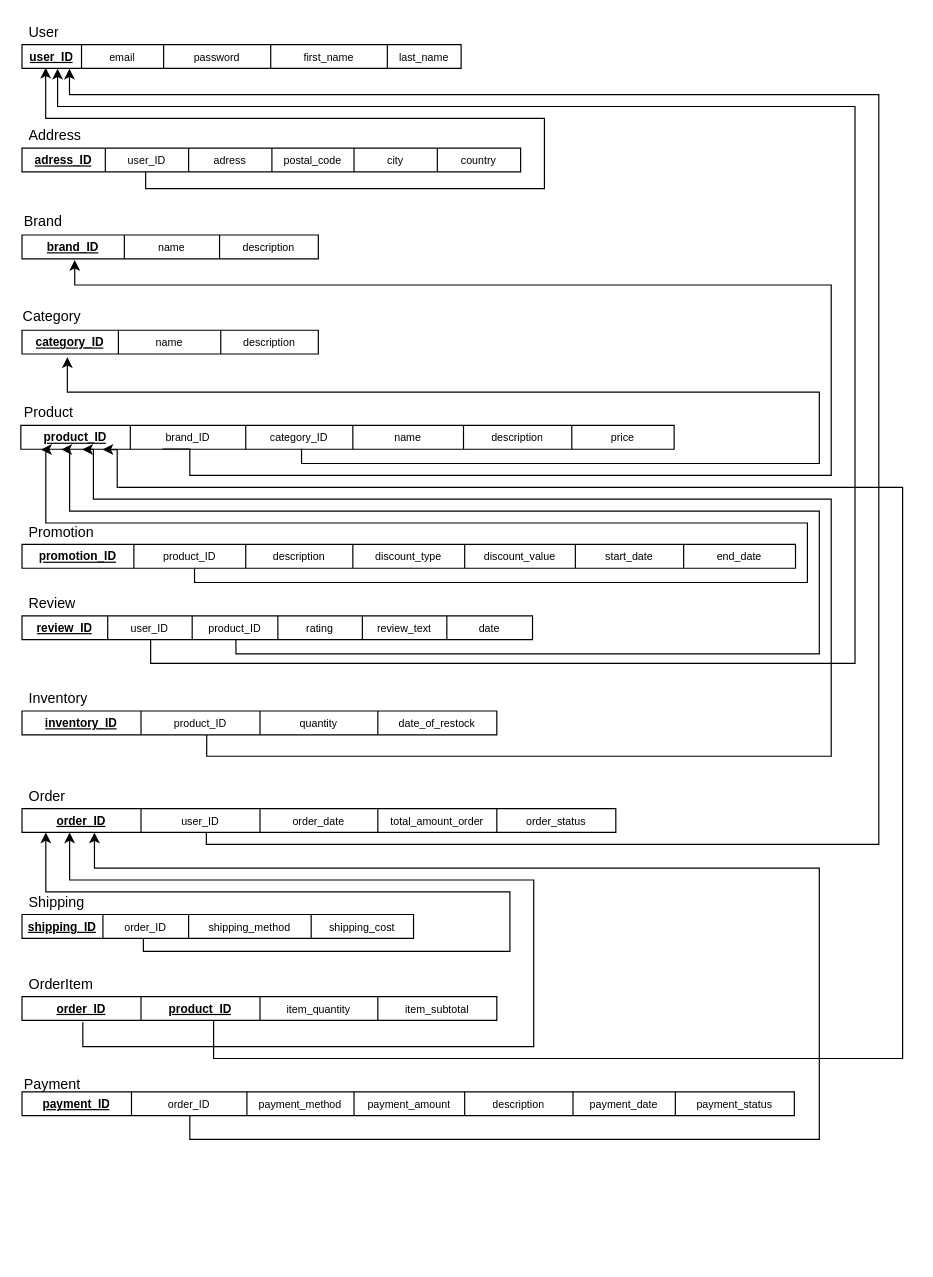
emilkle/electromart-ecom-website keeps this draw.io diagram as page "Relational schema" (6 of 8) of database-models/ER_models_final.drawio. Above is the earlier version. Source tidied: cells renumbered, new cells numbered last; positions are measured from the earlier drawing's top-left corner, leaving out a move shared by most shapes. Both pictures are drawn from the tidied source at 119%, with x=0, y=0 at pixel (20, 20).
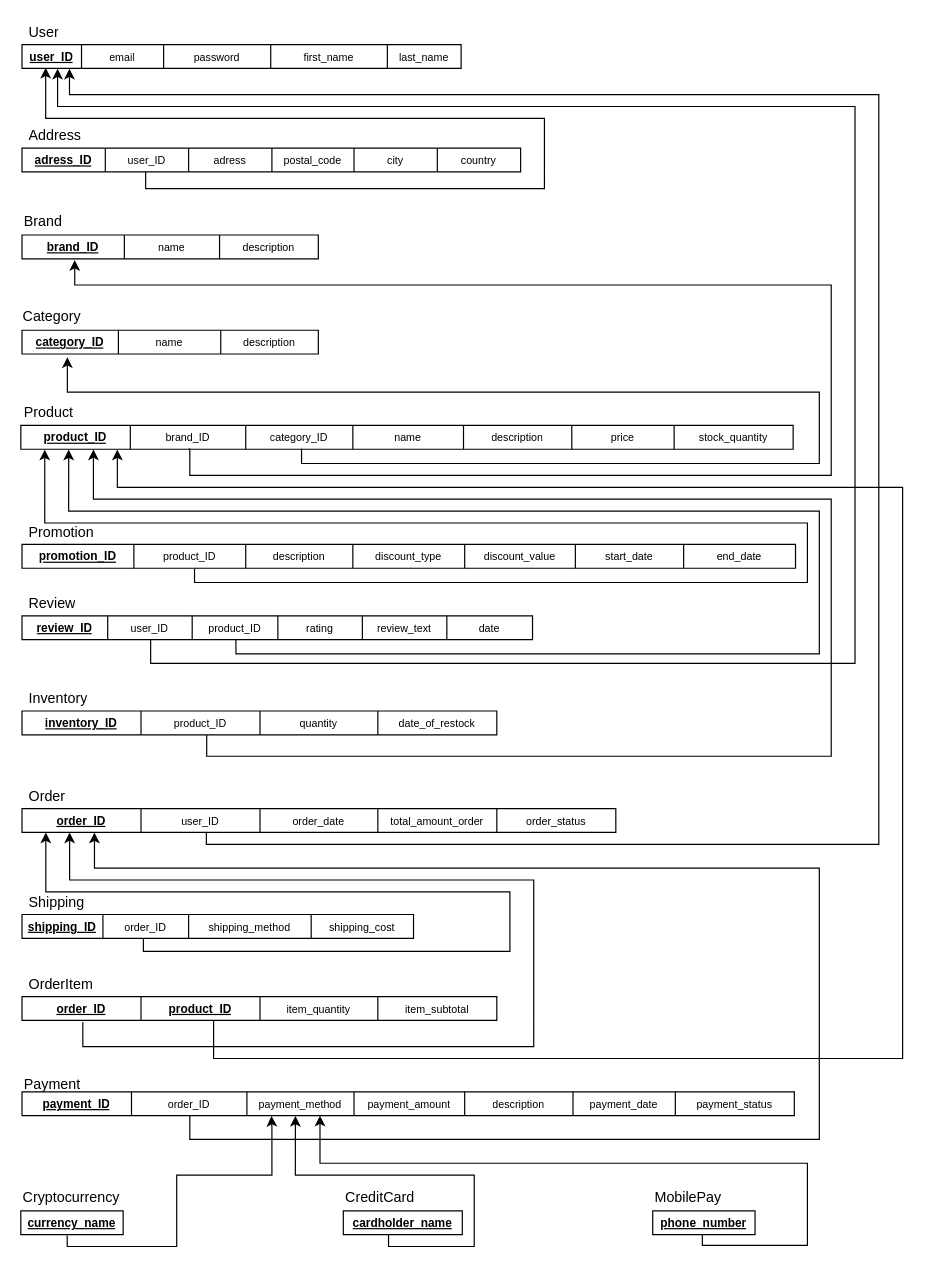
Above is the later version.

The change refers to these unchanged cells:
```xml
<mxCell id="76" style="shape=tableRow;horizontal=0;startSize=0;swimlaneHead=0;swimlaneBody=0;top=0;left=0;bottom=0;right=0;fillColor=none;points=[[0,0.5],[1,0.5]];portConstraint=eastwest;" parent="75" vertex="1">
  <mxGeometry width="649" height="20" as="geometry" />
</mxCell>
```

Change to the diagram source:
```diff
@@
     <mxCell id="59" style="shape=table;html=1;whiteSpace=wrap;startSize=0;childLayout=tableLayout;" parent="1" vertex="1">
-      <mxGeometry y="340" width="549" height="20" as="geometry" />
+      <mxGeometry y="340" width="649" height="20" as="geometry" />
     </mxCell>
     <mxCell id="60" style="shape=tableRow;horizontal=0;startSize=0;swimlaneHead=0;swimlaneBody=0;top=0;left=0;bottom=0;right=0;fillColor=none;points=[[0,0.5],[1,0.5]];portConstraint=eastwest;" parent="59" vertex="1">
-      <mxGeometry width="549" height="20" as="geometry" />
+      <mxGeometry width="649" height="20" as="geometry" />
     </mxCell>
@@
+    <mxCell id="110" value="&lt;font style=&quot;font-size: 9px;&quot;&gt;stock_quantity&lt;/font&gt;" style="shape=partialRectangle;html=1;whiteSpace=wrap;fillColor=none;top=0;left=0;bottom=0;right=0;overflow=hidden;" parent="60" vertex="1">
+      <mxGeometry x="549" width="100" height="20" as="geometry" />
+    </mxCell>
@@
+    <mxCell id="111" style="shape=table;html=1;whiteSpace=wrap;startSize=0;childLayout=tableLayout;" parent="1" vertex="1">
+      <mxGeometry y="1000" width="86" height="20" as="geometry" />
+    </mxCell>
+    <mxCell id="112" style="shape=tableRow;horizontal=0;startSize=0;swimlaneHead=0;swimlaneBody=0;top=0;left=0;bottom=0;right=0;fillColor=none;points=[[0,0.5],[1,0.5]];portConstraint=eastwest;" parent="111" vertex="1">
+      <mxGeometry width="86" height="20" as="geometry" />
+    </mxCell>
+    <mxCell id="113" value="&lt;font size=&quot;1&quot;&gt;&lt;b&gt;&lt;u&gt;currency_name&lt;/u&gt;&lt;/b&gt;&lt;/font&gt;" style="shape=partialRectangle;html=1;whiteSpace=wrap;fillColor=none;top=0;left=0;bottom=0;right=0;overflow=hidden;" parent="112" vertex="1">
+      <mxGeometry width="86" height="20" as="geometry" />
+    </mxCell>
+    <mxCell id="114" value="&lt;font style=&quot;font-weight: normal; font-size: 12px;&quot;&gt;Cryptocurrency&lt;/font&gt;" style="text;strokeColor=none;fillColor=none;html=1;fontSize=24;fontStyle=1;verticalAlign=middle;align=left;" parent="1" vertex="1">
+      <mxGeometry y="970" width="100" height="30" as="geometry" />
+    </mxCell>
+    <mxCell id="115" style="shape=table;html=1;whiteSpace=wrap;startSize=0;childLayout=tableLayout;" parent="1" vertex="1">
+      <mxGeometry x="271" y="1000" width="100" height="20" as="geometry" />
+    </mxCell>
+    <mxCell id="116" style="shape=tableRow;horizontal=0;startSize=0;swimlaneHead=0;swimlaneBody=0;top=0;left=0;bottom=0;right=0;fillColor=none;" parent="115" vertex="1">
+      <mxGeometry width="100" height="20" as="geometry" />
+    </mxCell>
+    <mxCell id="117" value="&lt;font size=&quot;1&quot; style=&quot;&quot;&gt;&lt;u style=&quot;&quot;&gt;&lt;b style=&quot;&quot;&gt;cardholder_name&lt;/b&gt;&lt;/u&gt;&lt;/font&gt;" style="shape=partialRectangle;html=1;whiteSpace=wrap;fillColor=none;top=0;left=0;bottom=0;right=0;overflow=hidden;" parent="116" vertex="1">
+      <mxGeometry width="100" height="20" as="geometry" />
+    </mxCell>
+    <mxCell id="118" value="&lt;font style=&quot;font-weight: normal; font-size: 12px;&quot;&gt;CreditCard&lt;/font&gt;" style="text;strokeColor=none;fillColor=none;html=1;fontSize=24;fontStyle=1;verticalAlign=middle;align=left;" parent="1" vertex="1">
+      <mxGeometry x="271" y="970" width="100" height="30" as="geometry" />
+    </mxCell>
+    <mxCell id="119" style="shape=table;html=1;whiteSpace=wrap;startSize=0;childLayout=tableLayout;" parent="1" vertex="1">
+      <mxGeometry x="531" y="1000" width="86" height="20" as="geometry" />
+    </mxCell>
+    <mxCell id="120" style="shape=tableRow;horizontal=0;startSize=0;swimlaneHead=0;swimlaneBody=0;top=0;left=0;bottom=0;right=0;fillColor=none;points=[[0,0.5],[1,0.5]];portConstraint=eastwest;" parent="119" vertex="1">
+      <mxGeometry width="86" height="20" as="geometry" />
+    </mxCell>
+    <mxCell id="121" value="&lt;font size=&quot;1&quot; style=&quot;&quot;&gt;&lt;u style=&quot;&quot;&gt;&lt;b style=&quot;&quot;&gt;phone_number&lt;/b&gt;&lt;/u&gt;&lt;/font&gt;" style="shape=partialRectangle;html=1;whiteSpace=wrap;fillColor=none;top=0;left=0;bottom=0;right=0;overflow=hidden;" parent="120" vertex="1">
+      <mxGeometry width="86" height="20" as="geometry" />
+    </mxCell>
+    <mxCell id="122" value="&lt;font style=&quot;font-weight: normal; font-size: 12px;&quot;&gt;MobilePay&lt;/font&gt;" style="text;strokeColor=none;fillColor=none;html=1;fontSize=24;fontStyle=1;verticalAlign=middle;align=left;" parent="1" vertex="1">
+      <mxGeometry x="531" y="970" width="100" height="30" as="geometry" />
+    </mxCell>
+    <mxCell id="123" style="edgeStyle=orthogonalEdgeStyle;rounded=0;jettySize=auto;html=1;fontSize=10;entryX=0.354;entryY=1.011;entryDx=0;entryDy=0;entryPerimeter=0;" parent="1" edge="1" target="76">
+      <mxGeometry relative="1" as="geometry">
+        <mxPoint x="309" y="1020" as="sourcePoint" />
+        <Array as="points">
+          <mxPoint x="309" y="1030" />
+          <mxPoint x="381" y="1030" />
+          <mxPoint x="381" y="970" />
+          <mxPoint x="231" y="970" />
+          <mxPoint x="231" y="920" />
+        </Array>
+      </mxGeometry>
+    </mxCell>
+    <mxCell id="124" style="edgeStyle=orthogonalEdgeStyle;rounded=0;jettySize=auto;html=1;fontSize=10;entryX=0.355;entryY=1.062;entryDx=0;entryDy=0;entryPerimeter=0;exitX=0.485;exitY=1.009;exitDx=0;exitDy=0;exitPerimeter=0;" parent="1" edge="1" source="120">
+      <mxGeometry relative="1" as="geometry">
+        <mxPoint x="251.4" y="920" as="targetPoint" />
+        <Array as="points">
+          <mxPoint x="573" y="1029" />
+          <mxPoint x="661" y="1029" />
+          <mxPoint x="661" y="960" />
+          <mxPoint x="251" y="960" />
+        </Array>
+      </mxGeometry>
+    </mxCell>
+    <mxCell id="125" style="edgeStyle=orthogonalEdgeStyle;rounded=0;jettySize=auto;html=1;fontSize=10;entryX=0.323;entryY=1.015;entryDx=0;entryDy=0;entryPerimeter=0;exitX=0.453;exitY=1.037;exitDx=0;exitDy=0;exitPerimeter=0;" parent="1" edge="1" source="112" target="76">
+      <mxGeometry relative="1" as="geometry">
+        <Array as="points">
+          <mxPoint x="39" y="1030" />
+          <mxPoint x="131" y="1030" />
+          <mxPoint x="131" y="970" />
+          <mxPoint x="211" y="970" />
+          <mxPoint x="211" y="930" />
+          <mxPoint x="211" y="930" />
+        </Array>
+      </mxGeometry>
+    </mxCell>
```
